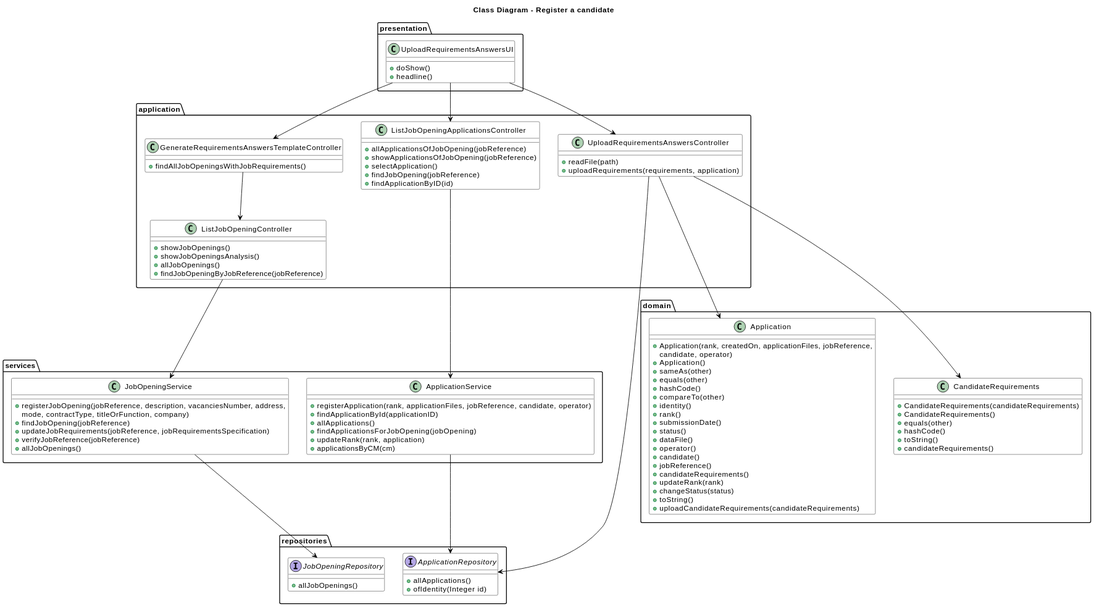
The PlantUML diagram docs/SprintC/8-upload-requirements/class-diagram.svg in MiguelCardoso77/LAPR4, before a commit. Source of this version:
```plantuml
@startuml
skinparam class {
    BackgroundColor White
    ArrowColor Black
    BorderColor Black
    FontColor Black
    FontSize 14
}

Title "Class Diagram - Register a candidate"

package "presentation" {
    class UploadRequirementsAnswersUI {
        + doShow()
        + headline()
    }
}

package "application" {
    class GenerateRequirementsAnswersTemplateController {
        + findAllJobOpeningsWithJobRequirements()
    }
    class UploadRequirementsAnswersController {
        + readFile(path)
        + uploadRequirements(requirements, application)
    }
    class ListJobOpeningApplicationsController {
        + allApplicationsOfJobOpening(jobReference)
        + showApplicationsOfJobOpening(jobReference)
        + selectApplication()
        + findJobOpening(jobReference)
        + findApplicationByID(id)
    }
    class ListJobOpeningController {
        + showJobOpenings()
        + showJobOpeningsAnalysis()
        + allJobOpenings()
        + findJobOpeningByJobReference(jobReference)
    }
}

package "repositories" {
    interface JobOpeningRepository {
        + allJobOpenings()
    }

    interface ApplicationRepository {
        + allApplications()
        + ofIdentity(Integer id)
    }
}

package "domain" {
    class Application {
        + Application(rank, createdOn, applicationFiles, jobReference,
            candidate, operator)
        + Application()
        + sameAs(other)
        + equals(other)
        + hashCode()
        + compareTo(other)
        + identity()
        + rank()
        + submissionDate()
        + status()
        + dataFile()
        + operator()
        + candidate()
        + jobReference()
        + candidateRequirements()
        + updateRank(rank)
        + changeStatus(status)
        + toString()
        + uploadCandidateRequirements(candidateRequirements)
    }

    class CandidateRequirements {
        + CandidateRequirements(candidateRequirements)
        + CandidateRequirements()
        + equals(other)
        + hashCode()
        + toString()
        + candidateRequirements()
    }
}

package "services" {
    class JobOpeningService {
        + registerJobOpening(jobReference, description, vacanciesNumber, address,
            mode, contractType, titleOrFunction, company)
        + findJobOpening(jobReference)
        + updateJobRequirements(jobReference, jobRequirementsSpecification)
        + verifyJobReference(jobReference)
        + allJobOpenings()
    }

    class ApplicationService {
        + registerApplication(rank, applicationFiles, jobReference, candidate, operator)
        + findApplicationById(applicationID)
        + allApplications()
        + findApplicationsForJobOpening(jobOpening)
        + updateRank(rank, application)
        + applicationsByCM(cm)
    }
}

UploadRequirementsAnswersUI --> GenerateRequirementsAnswersTemplateController

GenerateRequirementsAnswersTemplateController --> ListJobOpeningController

ListJobOpeningController --> JobOpeningService

JobOpeningService --> JobOpeningRepository

UploadRequirementsAnswersUI --> ListJobOpeningApplicationsController

ListJobOpeningApplicationsController --> ApplicationService

ApplicationService --> ApplicationRepository

UploadRequirementsAnswersUI --> UploadRequirementsAnswersController

UploadRequirementsAnswersController ---> CandidateRequirements

UploadRequirementsAnswersController ---> Application

UploadRequirementsAnswersController ---> ApplicationRepository
@enduml
```
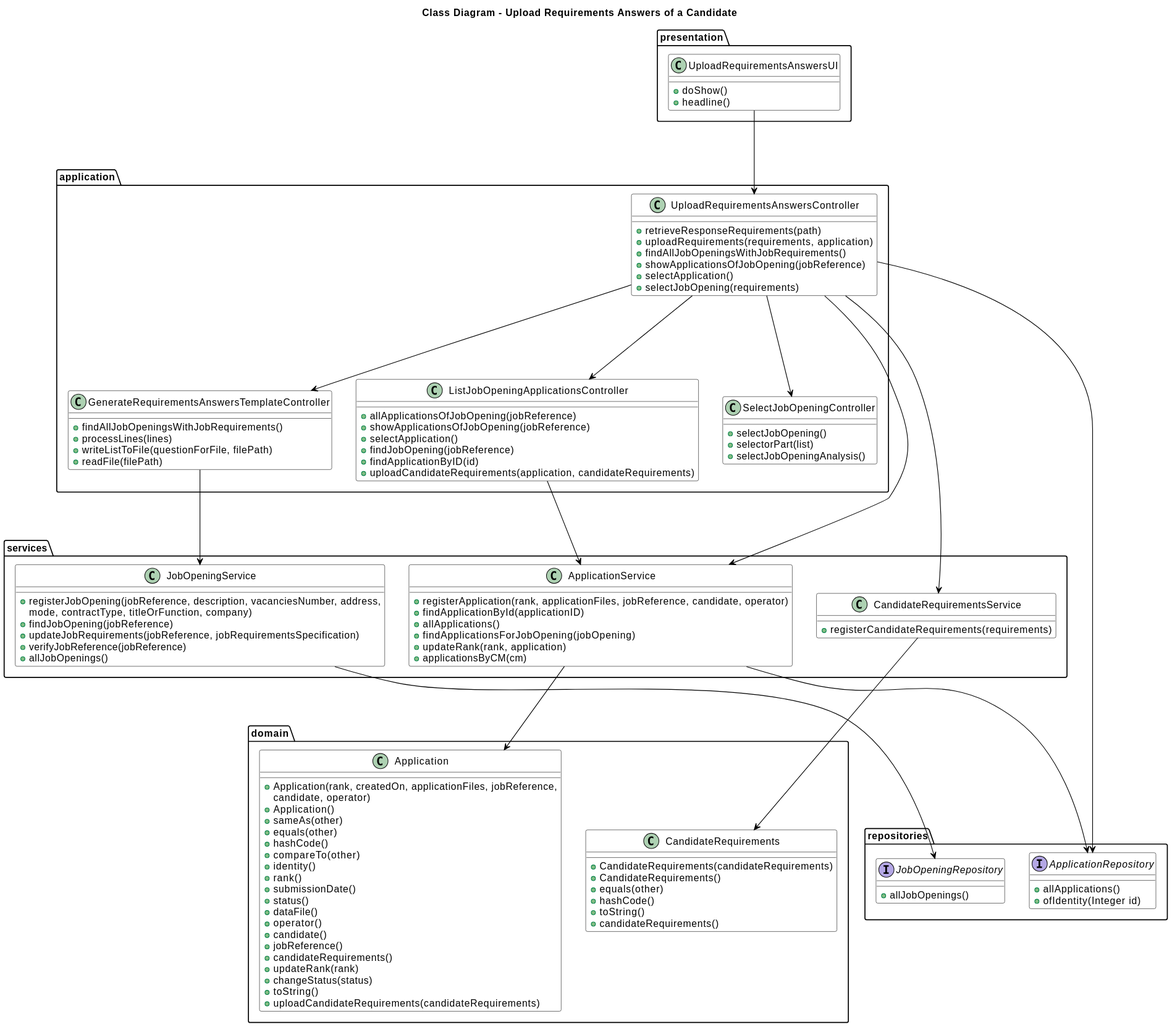
After the commit.

Commit message:
documentation for upload candidate requirements #34

The edit, as a diff of the source:
```diff
@@ -7,7 +7,7 @@
     FontSize 14
 }
 
-Title "Class Diagram - Register a candidate"
+Title "Class Diagram - Upload Requirements Answers of a Candidate "
 
 package "presentation" {
     class UploadRequirementsAnswersUI {
@@ -17,12 +17,19 @@
 }
 
 package "application" {
+    class UploadRequirementsAnswersController {
+        + retrieveResponseRequirements(path)
+        + uploadRequirements(requirements, application)
+        + findAllJobOpeningsWithJobRequirements()
+        + showApplicationsOfJobOpening(jobReference)
+        + selectApplication()
+        + selectJobOpening(requirements)
+    }
     class GenerateRequirementsAnswersTemplateController {
         + findAllJobOpeningsWithJobRequirements()
-    }
-    class UploadRequirementsAnswersController {
-        + readFile(path)
-        + uploadRequirements(requirements, application)
+        + processLines(lines)
+        + writeListToFile(questionForFile, filePath)
+        + readFile(filePath)
     }
     class ListJobOpeningApplicationsController {
         + allApplicationsOfJobOpening(jobReference)
@@ -30,12 +37,12 @@
         + selectApplication()
         + findJobOpening(jobReference)
         + findApplicationByID(id)
+        + uploadCandidateRequirements(application, candidateRequirements)
     }
-    class ListJobOpeningController {
-        + showJobOpenings()
-        + showJobOpeningsAnalysis()
-        + allJobOpenings()
-        + findJobOpeningByJobReference(jobReference)
+    class SelectJobOpeningController {
+        + selectJobOpening()
+        + selectorPart(list)
+        + selectJobOpeningAnalysis()
     }
 }
 
@@ -102,27 +109,31 @@
         + updateRank(rank, application)
         + applicationsByCM(cm)
     }
+
+    class CandidateRequirementsService {
+        + registerCandidateRequirements(requirements)
+    }
 }
 
-UploadRequirementsAnswersUI --> GenerateRequirementsAnswersTemplateController
 
-GenerateRequirementsAnswersTemplateController --> ListJobOpeningController
 
-ListJobOpeningController --> JobOpeningService
+UploadRequirementsAnswersUI ---> UploadRequirementsAnswersController
 
-JobOpeningService --> JobOpeningRepository
+UploadRequirementsAnswersController ---> GenerateRequirementsAnswersTemplateController
+UploadRequirementsAnswersController ---> ListJobOpeningApplicationsController
+UploadRequirementsAnswersController ---> SelectJobOpeningController
+UploadRequirementsAnswersController ---> CandidateRequirementsService
+UploadRequirementsAnswersController ---> ApplicationService
+UploadRequirementsAnswersController ---> ApplicationRepository
 
-UploadRequirementsAnswersUI --> ListJobOpeningApplicationsController
+GenerateRequirementsAnswersTemplateController ---> JobOpeningService
 
-ListJobOpeningApplicationsController --> ApplicationService
+JobOpeningService ---> JobOpeningRepository
 
-ApplicationService --> ApplicationRepository
+ListJobOpeningApplicationsController ---> ApplicationService
 
-UploadRequirementsAnswersUI --> UploadRequirementsAnswersController
+ApplicationService ---> ApplicationRepository
+ApplicationService ---> Application
 
-UploadRequirementsAnswersController ---> CandidateRequirements
-
-UploadRequirementsAnswersController ---> Application
-
-UploadRequirementsAnswersController ---> ApplicationRepository
+CandidateRequirementsService ---> CandidateRequirements
 @enduml
```
